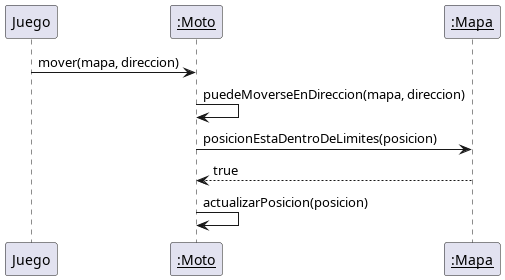
carlosecp/uba-algo3 keeps this PlantUML diagram as tp2/diagramas/secuencia.png. Above is the earlier version.
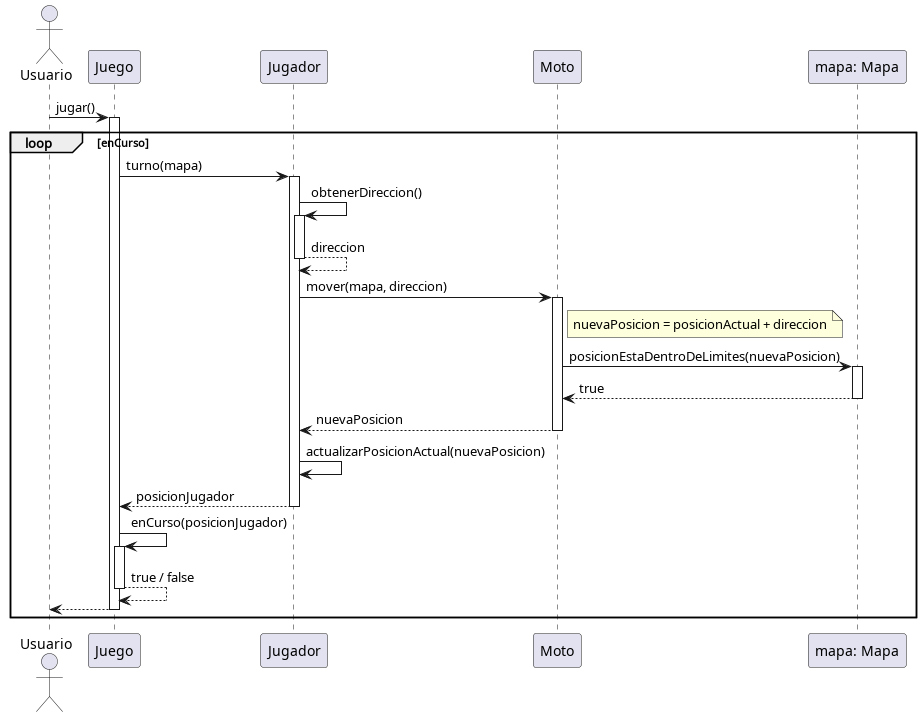
The same file after the commit.

Commit message:
medio contento con los diagramas

The edit, as a diff of the source:
```diff
@@ -1,7 +1,33 @@
 @startuml
-"Juego" -> "__:Moto__" : mover(mapa, direccion)
-"__:Moto__" -> "__:Moto__" : puedeMoverseEnDireccion(mapa, direccion)
-"__:Moto__" -> "__:Mapa__" : posicionEstaDentroDeLimites(posicion)
-return true
-"__:Moto__" -> "__:Moto__" : actualizarPosicion(posicion)
+
+actor Usuario
+participant Juego
+participant Jugador
+participant Moto
+participant "mapa: Mapa" as mapa
+
+Usuario -> Juego ++ : jugar()
+loop enCurso
+	Juego -> Jugador ++ : turno(mapa)
+	Jugador -> Jugador ++ : obtenerDireccion()
+	return direccion
+	Jugador -> Moto ++ : mover(mapa, direccion)
+
+	note right of Moto
+		nuevaPosicion = posicionActual + direccion
+	end note
+
+	Moto -> mapa ++ : posicionEstaDentroDeLimites(nuevaPosicion)
+	return true
+	return nuevaPosicion
+
+	Jugador -> Jugador : actualizarPosicionActual(nuevaPosicion)
+	return posicionJugador
+
+	Juego -> Juego ++ : enCurso(posicionJugador)
+	return true / false
+
+	return
+end
+
 @enduml
```
